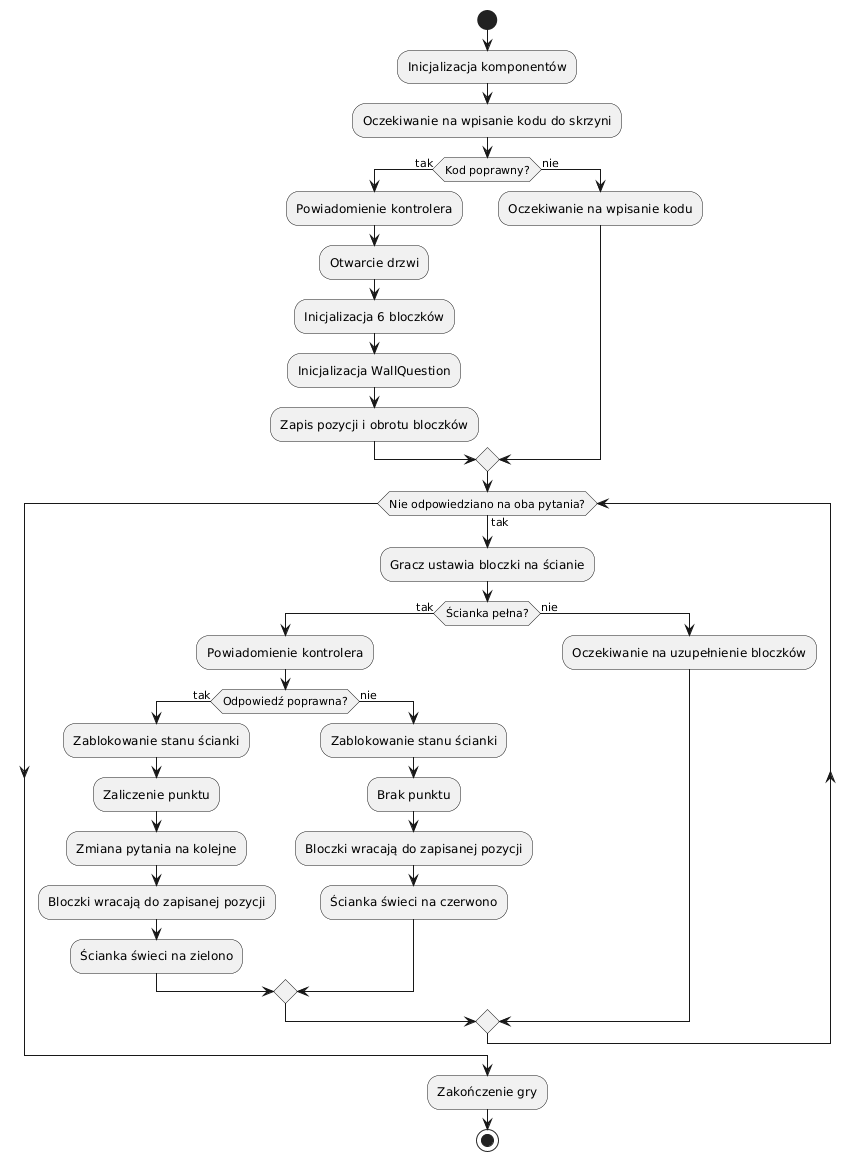
This is SzablonPracyDyplomowejPgEti/SzablonPracyDyplomowejPgEti/images/real_FLOW.png from janwalec/math_escape_room, a PlantUML export, as it was before one commit. Source of this version:
```plantuml
@startuml
start

:Inicjalizacja komponentów;

:Oczekiwanie na wpisanie kodu do skrzyni;

if (Kod poprawny?) then (tak)
    :Powiadomienie kontrolera;
    :Otwarcie drzwi;
    :Inicjalizacja 6 bloczków;
    :Inicjalizacja WallQuestion;
    :Zapis pozycji i obrotu bloczków;
else (nie)
    :Oczekiwanie na wpisanie kodu;
endif

while (Nie odpowiedziano na oba pytania?) is (tak)
    :Gracz ustawia bloczki na ścianie;

    if (Ścianka pełna?) then (tak)
        :Powiadomienie kontrolera;

        if (Odpowiedź poprawna?) then (tak)
            :Zablokowanie stanu ścianki;
            :Zaliczenie punktu;
            :Zmiana pytania na kolejne;
            :Bloczki wracają do zapisanej pozycji;
            :Ścianka świeci na zielono;
        else (nie)
            :Zablokowanie stanu ścianki;
            :Brak punktu;
            :Bloczki wracają do zapisanej pozycji;
            :Ścianka świeci na czerwono;
        endif

    else (nie)
        :Oczekiwanie na uzupełnienie bloczków;
    endif
endwhile

:Zakończenie gry;

stop
@enduml
```
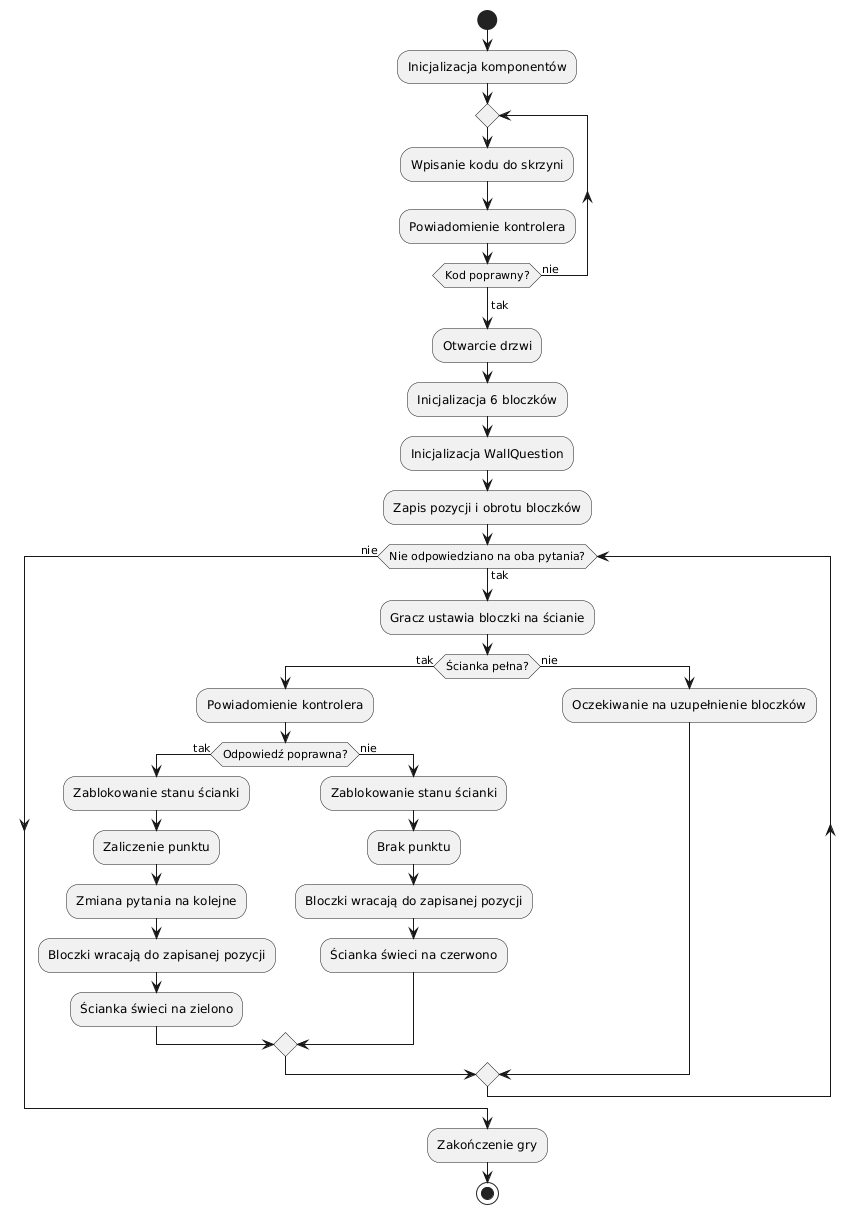
The same diagram one commit later.

Change to the diagram source:
```diff
@@ -3,43 +3,45 @@
 
 :Inicjalizacja komponentów;
 
-:Oczekiwanie na wpisanie kodu do skrzyni;
+repeat
+  :Wpisanie kodu do skrzyni;
+  :Powiadomienie kontrolera;
+repeat while (Kod poprawny?) is (nie)
+->tak;
 
-if (Kod poprawny?) then (tak)
-    :Powiadomienie kontrolera;
-    :Otwarcie drzwi;
-    :Inicjalizacja 6 bloczków;
-    :Inicjalizacja WallQuestion;
-    :Zapis pozycji i obrotu bloczków;
-else (nie)
-    :Oczekiwanie na wpisanie kodu;
-endif
+
+:Otwarcie drzwi;
+:Inicjalizacja 6 bloczków;
+:Inicjalizacja WallQuestion;
+:Zapis pozycji i obrotu bloczków;
+
 
 while (Nie odpowiedziano na oba pytania?) is (tak)
-    :Gracz ustawia bloczki na ścianie;
 
-    if (Ścianka pełna?) then (tak)
-        :Powiadomienie kontrolera;
+  :Gracz ustawia bloczki na ścianie;
 
-        if (Odpowiedź poprawna?) then (tak)
-            :Zablokowanie stanu ścianki;
-            :Zaliczenie punktu;
-            :Zmiana pytania na kolejne;
-            :Bloczki wracają do zapisanej pozycji;
-            :Ścianka świeci na zielono;
-        else (nie)
-            :Zablokowanie stanu ścianki;
-            :Brak punktu;
-            :Bloczki wracają do zapisanej pozycji;
-            :Ścianka świeci na czerwono;
-        endif
+  if (Ścianka pełna?) then (tak)
+    :Powiadomienie kontrolera;
 
+    if (Odpowiedź poprawna?) then (tak)
+      :Zablokowanie stanu ścianki;
+      :Zaliczenie punktu;
+      :Zmiana pytania na kolejne;
+      :Bloczki wracają do zapisanej pozycji;
+      :Ścianka świeci na zielono;
     else (nie)
-        :Oczekiwanie na uzupełnienie bloczków;
+      :Zablokowanie stanu ścianki;
+      :Brak punktu;
+      :Bloczki wracają do zapisanej pozycji;
+      :Ścianka świeci na czerwono;
     endif
-endwhile
+
+  else (nie)
+    :Oczekiwanie na uzupełnienie bloczków;
+  endif
+
+endwhile (nie)
 
 :Zakończenie gry;
-
 stop
 @enduml
```
